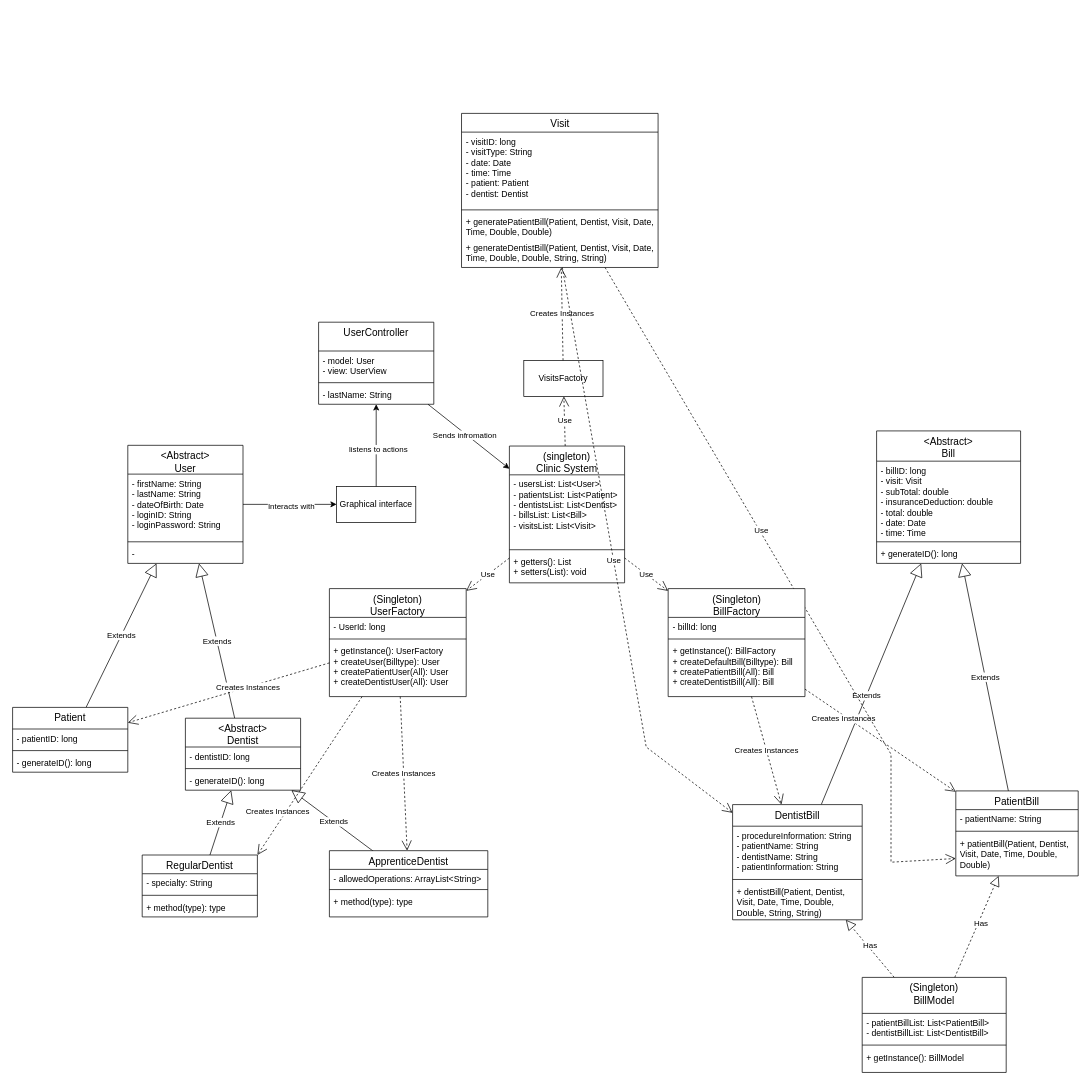
Above: doc/PPP_class_diagram.drawio in KaiRafie/PatternsProject (draw.io), before the change. Source tidied: cells renumbered, new cells numbered last; positions are measured from the earlier drawing's top-left corner, leaving out a move shared by most shapes. Both pictures are drawn from the tidied source at 72%, with x=0, y=0 at pixel (12, 113).
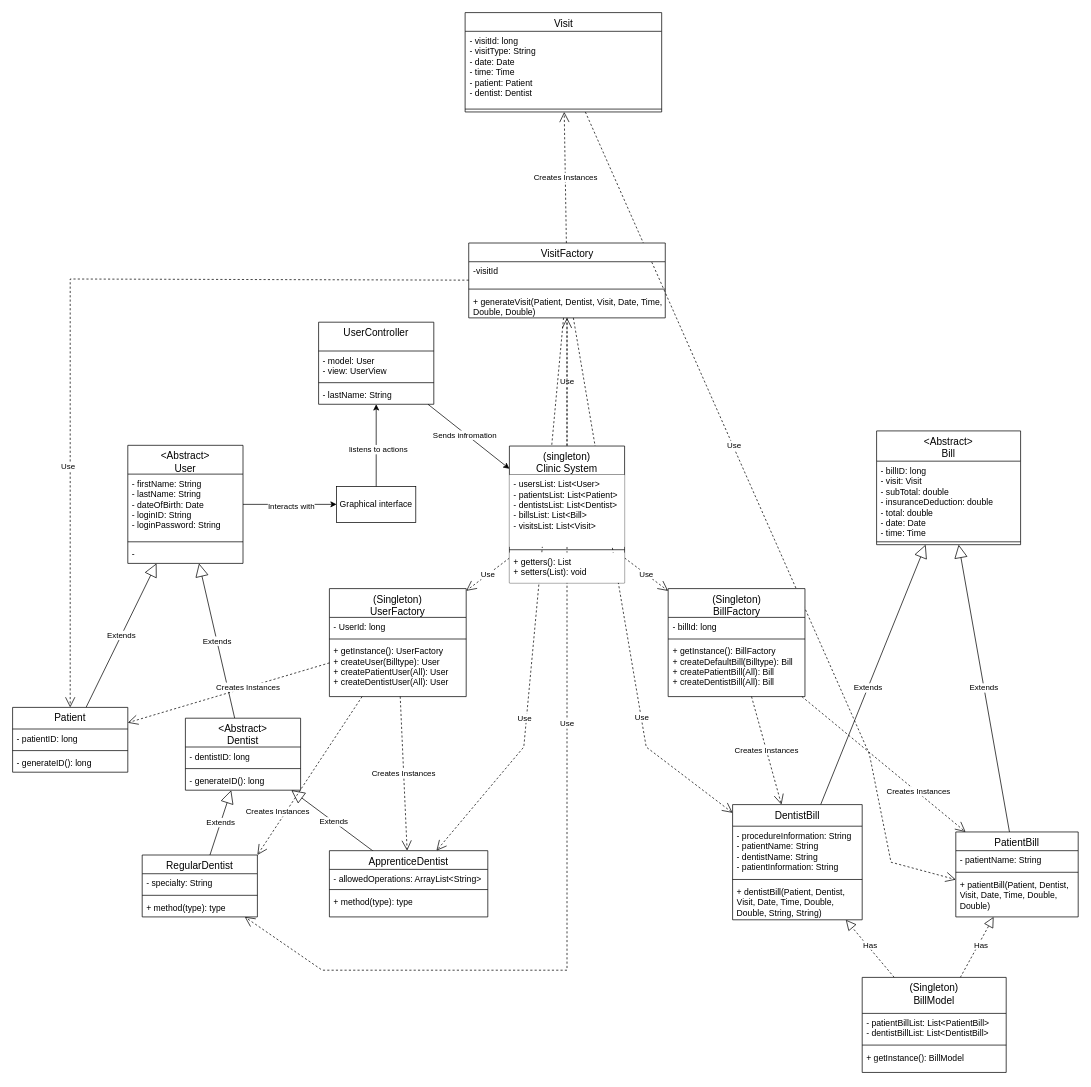
The same page after the edit.

Commit message (it also covers changes not shown here):
completed the visitFactory class and updated the diagram accordingly

The change refers to these unchanged cells:
```xml
<mxCell id="31" value="&lt;div&gt;&lt;span style=&quot;font-size: 14px; font-weight: 400; background-color: initial;&quot;&gt;DentistBill&lt;/span&gt;&lt;/div&gt;" style="swimlane;fontStyle=1;align=center;verticalAlign=top;horizontal=1;startSize=30;whiteSpace=wrap;html=1;" parent="1" vertex="1">
  <mxGeometry x="1000" y="960" width="180" height="160" as="geometry" />
</mxCell>
<mxCell id="38" value="+ patientBill(Patient, Dentist, Visit, Date, Time, Double, Double)" style="text;strokeColor=none;fillColor=none;align=left;verticalAlign=top;spacingLeft=4;spacingRight=4;overflow=hidden;points=[[0,0.5],[1,0.5]];portConstraint=eastwest;whiteSpace=wrap;html=1;" parent="35" vertex="1">
  <mxGeometry y="60" width="170" height="58" as="geometry" />
</mxCell>
<mxCell id="52" value="&lt;span style=&quot;font-size: 14px; font-weight: 400;&quot;&gt;ApprenticeDentist&lt;/span&gt;" style="swimlane;fontStyle=1;align=center;verticalAlign=top;horizontal=1;startSize=26;whiteSpace=wrap;html=1;" parent="1" vertex="1">
  <mxGeometry x="440" y="1024" width="220" height="92" as="geometry" />
</mxCell>
<mxCell id="56" value="&lt;span style=&quot;font-size: 14px; font-weight: 400;&quot;&gt;RegularDentist&lt;/span&gt;" style="swimlane;fontStyle=1;align=center;verticalAlign=top;horizontal=1;startSize=26;whiteSpace=wrap;html=1;" parent="1" vertex="1">
  <mxGeometry x="180" y="1030" width="160" height="86" as="geometry" />
</mxCell>
<mxCell id="68" value="&lt;div style=&quot;font-size: 14px; font-weight: 400; direction: ltr;&quot;&gt;Patient&lt;br&gt;&lt;/div&gt;" style="swimlane;fontStyle=1;align=center;verticalAlign=top;horizontal=1;startSize=30;whiteSpace=wrap;html=1;" parent="1" vertex="1">
  <mxGeometry y="825" width="160" height="90" as="geometry" />
</mxCell>
<mxCell id="81" value="&lt;div style=&quot;font-size: 14px; font-weight: 400; direction: ltr;&quot;&gt;(Singleton)&lt;/div&gt;&lt;div style=&quot;font-size: 14px; font-weight: 400; direction: ltr;&quot;&gt;BillFactory&lt;/div&gt;" style="swimlane;fontStyle=1;align=center;verticalAlign=top;horizontal=1;startSize=40;whiteSpace=wrap;html=1;" parent="1" vertex="1">
  <mxGeometry x="910.5" y="660" width="190" height="150" as="geometry" />
</mxCell>
```

What changed in the source:
```diff
@@
-    <mxCell id="10" value="VisitsFactory" style="html=1;whiteSpace=wrap;" parent="1" vertex="1">
-      <mxGeometry x="710" y="343" width="110" height="50" as="geometry" />
-    </mxCell>
-    <mxCell id="11" value="Use" style="endArrow=open;endSize=12;dashed=1;html=1;rounded=0;" parent="1" edge="1" source="48" target="10">
+    <mxCell id="11" value="Use" style="endArrow=open;endSize=12;dashed=1;html=1;rounded=0;" parent="1" edge="1" source="48" target="89">
       <mxGeometry relative="1" as="geometry" />
     </mxCell>
-    <mxCell id="12" value="Creates Instances" style="endArrow=open;endSize=12;dashed=1;html=1;rounded=0;" parent="1" edge="1" source="10" target="43">
+    <mxCell id="12" value="Creates Instances" style="endArrow=open;endSize=12;dashed=1;html=1;rounded=0;" parent="1" edge="1" source="89" target="43">
       <mxGeometry relative="1" as="geometry" />
     </mxCell>
@@
     <mxCell id="14" value="Creates Instances" style="endArrow=open;endSize=12;dashed=1;html=1;rounded=0;" parent="1" edge="1" source="81" target="35">
-      <mxGeometry x="-0.47" y="-3" relative="1" as="geometry">
-        <mxPoint y="1" as="offset" />
-      </mxGeometry>
+      <mxGeometry x="0.42" y="1" relative="1" as="geometry" />
     </mxCell>
@@
     <mxCell id="35" value="&lt;span style=&quot;font-size: 14px; font-weight: 400;&quot;&gt;PatientBill&lt;/span&gt;" style="swimlane;fontStyle=1;align=center;verticalAlign=top;horizontal=1;startSize=26;whiteSpace=wrap;html=1;" parent="1" vertex="1">
-      <mxGeometry x="1310" y="941" width="170" height="118" as="geometry" />
+      <mxGeometry x="1310" y="998" width="170" height="118" as="geometry" />
     </mxCell>
@@
     <mxCell id="39" value="&lt;div style=&quot;font-size: 14px; font-weight: 400; direction: ltr;&quot;&gt;&amp;lt;Abstract&amp;gt;&lt;/div&gt;&lt;div style=&quot;font-size: 14px; font-weight: 400; direction: ltr;&quot;&gt;Bill&lt;/div&gt;" style="swimlane;fontStyle=1;align=center;verticalAlign=top;horizontal=1;startSize=42;whiteSpace=wrap;html=1;" parent="1" vertex="1">
-      <mxGeometry x="1200" y="441" width="200" height="184" as="geometry" />
+      <mxGeometry x="1200" y="441" width="200" height="158" as="geometry" />
     </mxCell>
@@
-    <mxCell id="42" value="+ generateID(): long" style="text;strokeColor=none;fillColor=none;align=left;verticalAlign=top;spacingLeft=4;spacingRight=4;overflow=hidden;whiteSpace=wrap;html=1;" parent="39" vertex="1">
-      <mxGeometry y="158" width="200" height="26" as="geometry" />
-    </mxCell>
     <mxCell id="43" value="&lt;span style=&quot;font-size: 14px; font-weight: 400;&quot;&gt;Visit&lt;/span&gt;" style="swimlane;fontStyle=1;align=center;verticalAlign=top;horizontal=1;startSize=26;whiteSpace=wrap;html=1;" parent="1" vertex="1">
-      <mxGeometry x="623.5" width="273" height="214" as="geometry" />
+      <mxGeometry x="628.5" y="-140" width="273" height="138" as="geometry" />
     </mxCell>
-    <mxCell id="44" value="&lt;div&gt;&lt;span style=&quot;background-color: initial;&quot;&gt;- visitID: long&lt;/span&gt;&lt;/div&gt;&lt;div&gt;&lt;span style=&quot;background-color: initial;&quot;&gt;- visitType: String&lt;/span&gt;&lt;/div&gt;&lt;div&gt;&lt;span style=&quot;background-color: initial;&quot;&gt;- date: Date&lt;/span&gt;&lt;/div&gt;&lt;div&gt;&lt;span style=&quot;background-color: initial;&quot;&gt;-&amp;nbsp;&lt;/span&gt;&lt;span style=&quot;background-color: initial;&quot;&gt;time: Time&lt;/span&gt;&lt;/div&gt;&lt;div&gt;- patient: Patient&lt;span style=&quot;background-color: initial;&quot;&gt;&lt;br&gt;&lt;/span&gt;&lt;/div&gt;&lt;div&gt;- dentist: Dentist&lt;br&gt;&lt;/div&gt;" style="text;strokeColor=none;fillColor=none;align=left;verticalAlign=top;spacingLeft=4;spacingRight=4;overflow=hidden;whiteSpace=wrap;html=1;" parent="43" vertex="1">
+    <mxCell id="44" value="&lt;div&gt;&lt;span style=&quot;background-color: initial;&quot;&gt;- visitId: long&lt;/span&gt;&lt;/div&gt;&lt;div&gt;&lt;span style=&quot;background-color: initial;&quot;&gt;- visitType: String&lt;/span&gt;&lt;/div&gt;&lt;div&gt;&lt;span style=&quot;background-color: initial;&quot;&gt;- date: Date&lt;/span&gt;&lt;/div&gt;&lt;div&gt;&lt;span style=&quot;background-color: initial;&quot;&gt;-&amp;nbsp;&lt;/span&gt;&lt;span style=&quot;background-color: initial;&quot;&gt;time: Time&lt;/span&gt;&lt;/div&gt;&lt;div&gt;- patient: Patient&lt;span style=&quot;background-color: initial;&quot;&gt;&lt;br&gt;&lt;/span&gt;&lt;/div&gt;&lt;div&gt;- dentist: Dentist&lt;br&gt;&lt;/div&gt;" style="text;strokeColor=none;fillColor=none;align=left;verticalAlign=top;spacingLeft=4;spacingRight=4;overflow=hidden;whiteSpace=wrap;html=1;" parent="43" vertex="1">
       <mxGeometry y="26" width="273" height="104" as="geometry" />
     </mxCell>
@@
-    <mxCell id="46" value="+ generatePatientBill(Patient, Dentist, Visit, Date, Time, Double, Double)" style="text;strokeColor=none;fillColor=none;align=left;verticalAlign=top;spacingLeft=4;spacingRight=4;overflow=hidden;whiteSpace=wrap;html=1;" parent="43" vertex="1">
-      <mxGeometry y="138" width="273" height="36" as="geometry" />
-    </mxCell>
-    <mxCell id="47" value="+ generateDentistBill(Patient, Dentist, Visit, Date, Time, Double, Double, String, String)" style="text;strokeColor=none;fillColor=none;align=left;verticalAlign=top;spacingLeft=4;spacingRight=4;overflow=hidden;points=[[0,0.5],[1,0.5]];portConstraint=eastwest;whiteSpace=wrap;html=1;" parent="43" vertex="1">
-      <mxGeometry y="174" width="273" height="40" as="geometry" />
-    </mxCell>
-    <mxCell id="48" value="&lt;div style=&quot;font-size: 14px; font-weight: 400; direction: ltr;&quot;&gt;(singleton)&lt;span style=&quot;background-color: initial;&quot;&gt;&lt;br&gt;&lt;/span&gt;&lt;/div&gt;&lt;div style=&quot;font-size: 14px; font-weight: 400; direction: ltr;&quot;&gt;&lt;span style=&quot;background-color: initial;&quot;&gt;Clinic System&lt;/span&gt;&lt;/div&gt;" style="swimlane;fontStyle=1;align=center;verticalAlign=top;horizontal=1;startSize=40;whiteSpace=wrap;html=1;" parent="1" vertex="1">
-      <mxGeometry x="690" y="462" width="160" height="190" as="geometry" />
-    </mxCell>
-    <mxCell id="49" value="- usersList: List&amp;lt;User&amp;gt;&lt;div&gt;- patientsList: List&amp;lt;Patient&amp;gt;&lt;/div&gt;&lt;div&gt;- dentistsList: List&amp;lt;Dentist&amp;gt;&lt;/div&gt;&lt;div&gt;- billsList: List&amp;lt;Bill&amp;gt;&lt;/div&gt;&lt;div&gt;- visitsList: List&amp;lt;Visit&amp;gt;&lt;/div&gt;" style="text;strokeColor=none;fillColor=none;align=left;verticalAlign=top;spacingLeft=4;spacingRight=4;overflow=hidden;whiteSpace=wrap;html=1;" parent="48" vertex="1">
-      <mxGeometry y="40" width="160" height="100" as="geometry" />
-    </mxCell>
-    <mxCell id="50" style="line;strokeWidth=1;fillColor=none;align=left;verticalAlign=middle;spacingTop=-1;spacingLeft=3;spacingRight=3;labelPosition=right;strokeColor=inherit;" parent="48" vertex="1">
-      <mxGeometry y="140" width="160" height="8" as="geometry" />
-    </mxCell>
-    <mxCell id="51" value="+ getters(): List&lt;div&gt;+ setters(List): void&lt;/div&gt;" style="text;strokeColor=none;fillColor=none;align=left;verticalAlign=top;spacingLeft=4;spacingRight=4;overflow=hidden;whiteSpace=wrap;html=1;" parent="48" vertex="1">
-      <mxGeometry y="148" width="160" height="42" as="geometry" />
-    </mxCell>
@@
-    <mxCell id="72" value="Use" style="endArrow=open;endSize=12;dashed=1;html=1;rounded=0;" parent="1" edge="1" source="47" target="31">
-      <mxGeometry relative="1" as="geometry">
+    <mxCell id="72" value="Use" style="endArrow=open;endSize=12;dashed=1;html=1;rounded=0;" parent="1" edge="1" source="89" target="31">
+      <mxGeometry x="0.49" relative="1" as="geometry">
         <Array as="points">
           <mxPoint x="880" y="880" />
         </Array>
+        <mxPoint x="1" as="offset" />
       </mxGeometry>
     </mxCell>
     <mxCell id="73" value="Use" style="endArrow=open;endSize=12;dashed=1;html=1;rounded=0;" parent="1" edge="1" source="43" target="38">
       <mxGeometry x="-0.17" y="2" relative="1" as="geometry">
         <Array as="points">
-          <mxPoint x="1220" y="890" />
+          <mxPoint x="1190" y="890" />
           <mxPoint x="1220" y="1040" />
         </Array>
       </mxGeometry>
     </mxCell>
@@
+    <mxCell id="89" value="&lt;span style=&quot;font-size: 14px; font-weight: 400;&quot;&gt;VisitFactory&lt;/span&gt;" style="swimlane;fontStyle=1;align=center;verticalAlign=top;horizontal=1;startSize=26;whiteSpace=wrap;html=1;" parent="1" vertex="1">
+      <mxGeometry x="633.5" y="180" width="273" height="104" as="geometry" />
+    </mxCell>
+    <mxCell id="90" value="&lt;div&gt;-visitId&lt;/div&gt;" style="text;strokeColor=none;fillColor=none;align=left;verticalAlign=top;spacingLeft=4;spacingRight=4;overflow=hidden;whiteSpace=wrap;html=1;" parent="89" vertex="1">
+      <mxGeometry y="26" width="273" height="34" as="geometry" />
+    </mxCell>
+    <mxCell id="91" style="line;strokeWidth=1;fillColor=none;align=left;verticalAlign=middle;spacingTop=-1;spacingLeft=3;spacingRight=3;labelPosition=right;strokeColor=inherit;" parent="89" vertex="1">
+      <mxGeometry y="60" width="273" height="8" as="geometry" />
+    </mxCell>
+    <mxCell id="92" value="+ generateVisit(Patient, Dentist, Visit, Date, Time, Double, Double)" style="text;strokeColor=none;fillColor=none;align=left;verticalAlign=top;spacingLeft=4;spacingRight=4;overflow=hidden;whiteSpace=wrap;html=1;" parent="89" vertex="1">
+      <mxGeometry y="68" width="273" height="36" as="geometry" />
+    </mxCell>
+    <mxCell id="93" value="Use" style="endArrow=open;endSize=12;dashed=1;html=1;rounded=0;" parent="1" edge="1" source="89" target="52">
+      <mxGeometry x="0.42" y="-3" relative="1" as="geometry">
+        <Array as="points">
+          <mxPoint x="710" y="880" />
+        </Array>
+      </mxGeometry>
+    </mxCell>
+    <mxCell id="94" value="Use" style="endArrow=open;endSize=12;dashed=1;html=1;rounded=0;" parent="1" edge="1" source="89" target="56">
+      <mxGeometry x="-0.18" relative="1" as="geometry">
+        <Array as="points">
+          <mxPoint x="770" y="1190" />
+          <mxPoint x="430" y="1190" />
+        </Array>
+      </mxGeometry>
+    </mxCell>
+    <mxCell id="95" value="Use" style="endArrow=open;endSize=12;dashed=1;html=1;rounded=0;" parent="1" edge="1" source="89" target="68">
+      <mxGeometry x="0.42" y="-3" relative="1" as="geometry">
+        <Array as="points">
+          <mxPoint x="80" y="230" />
+        </Array>
+      </mxGeometry>
+    </mxCell>
+    <mxCell id="48" value="&lt;div style=&quot;font-size: 14px; font-weight: 400; direction: ltr;&quot;&gt;(singleton)&lt;span style=&quot;background-color: initial;&quot;&gt;&lt;br&gt;&lt;/span&gt;&lt;/div&gt;&lt;div style=&quot;font-size: 14px; font-weight: 400; direction: ltr;&quot;&gt;&lt;span style=&quot;background-color: initial;&quot;&gt;Clinic System&lt;/span&gt;&lt;/div&gt;" style="swimlane;fontStyle=1;align=center;verticalAlign=top;horizontal=1;startSize=40;whiteSpace=wrap;html=1;" parent="1" vertex="1">
+      <mxGeometry x="690" y="462" width="160" height="190" as="geometry" />
+    </mxCell>
+    <mxCell id="49" value="- usersList: List&amp;lt;User&amp;gt;&lt;div&gt;- patientsList: List&amp;lt;Patient&amp;gt;&lt;/div&gt;&lt;div&gt;- dentistsList: List&amp;lt;Dentist&amp;gt;&lt;/div&gt;&lt;div&gt;- billsList: List&amp;lt;Bill&amp;gt;&lt;/div&gt;&lt;div&gt;- visitsList: List&amp;lt;Visit&amp;gt;&lt;/div&gt;" style="text;strokeColor=none;fillColor=default;align=left;verticalAlign=top;spacingLeft=4;spacingRight=4;overflow=hidden;whiteSpace=wrap;html=1;" parent="48" vertex="1">
+      <mxGeometry y="40" width="160" height="100" as="geometry" />
+    </mxCell>
+    <mxCell id="50" style="line;strokeWidth=1;align=left;verticalAlign=middle;spacingTop=-1;spacingLeft=3;spacingRight=3;labelPosition=right;gradientColor=default;fillColor=default;" parent="48" vertex="1">
+      <mxGeometry y="140" width="160" height="8" as="geometry" />
+    </mxCell>
+    <mxCell id="51" value="+ getters(): List&lt;div&gt;+ setters(List): void&lt;/div&gt;" style="text;strokeColor=none;fillColor=default;align=left;verticalAlign=top;spacingLeft=4;spacingRight=4;overflow=hidden;whiteSpace=wrap;html=1;" parent="48" vertex="1">
+      <mxGeometry y="148" width="160" height="42" as="geometry" />
+    </mxCell>
```
